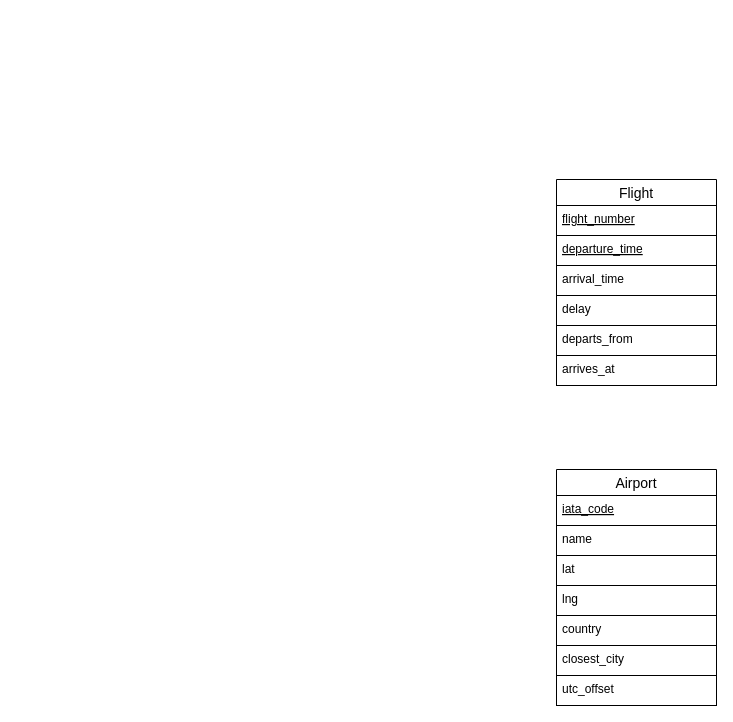
This is Airline system relational database schema.drawio from lyulka/comp3278, a draw.io file, before an edit. Source tidied: cells renumbered, new cells numbered last; positions are measured from the earlier drawing's top-left corner, leaving out a move shared by most shapes. Both pictures are drawn from the tidied source at 100%, with x=0, y=0 at pixel (556, 179).
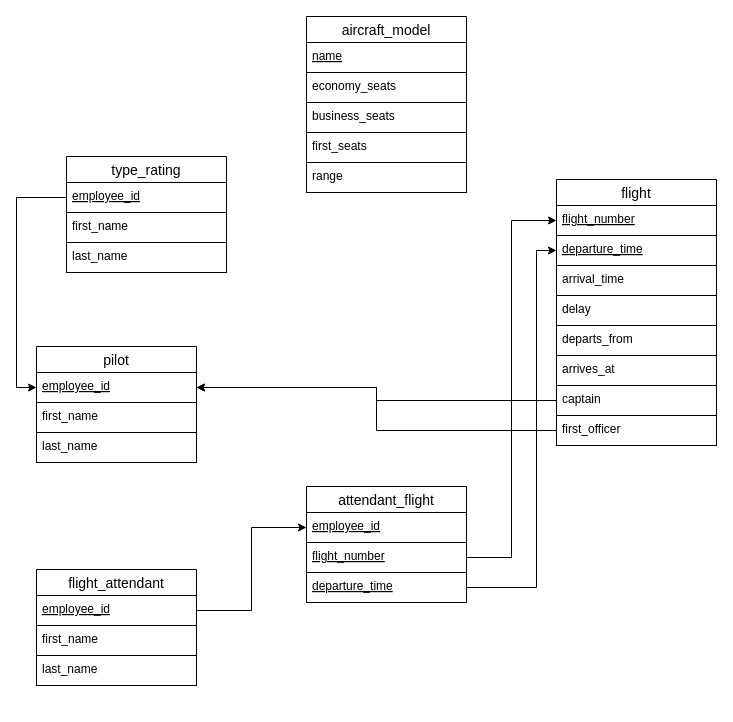
The same diagram, later.

Commit message:
Add a lot of stuff into relational database schema

The change refers to these unchanged cells:
```xml
<mxCell id="3" value="flight_number" style="text;fillColor=none;spacingLeft=4;spacingRight=4;overflow=hidden;points=[[0,0.5],[1,0.5]];portConstraint=eastwest;fontSize=12;fontStyle=4;strokeColor=#000000;" parent="2" vertex="1">
  <mxGeometry y="26" width="160" height="30" as="geometry" />
</mxCell>
<mxCell id="4" value="departure_time" style="text;fillColor=none;spacingLeft=4;spacingRight=4;overflow=hidden;points=[[0,0.5],[1,0.5]];portConstraint=eastwest;fontSize=12;fontStyle=4;strokeColor=#000000;" parent="2" vertex="1">
  <mxGeometry y="56" width="160" height="30" as="geometry" />
</mxCell>
```

What changed in the source:
```diff
@@
+    <mxCell id="17" style="edgeStyle=orthogonalEdgeStyle;rounded=0;jettySize=auto;html=1;entryX=1;entryY=0.5;entryDx=0;entryDy=0;" parent="1" edge="1" source="33" target="38">
+      <mxGeometry relative="1" as="geometry" />
+    </mxCell>
+    <mxCell id="18" style="edgeStyle=orthogonalEdgeStyle;rounded=0;jettySize=auto;html=1;entryX=1;entryY=0.5;entryDx=0;entryDy=0;" parent="1" edge="1" source="34" target="38">
+      <mxGeometry relative="1" as="geometry" />
+    </mxCell>
+    <mxCell id="19" style="edgeStyle=orthogonalEdgeStyle;rounded=0;jettySize=auto;html=1;entryX=0;entryY=0.5;entryDx=0;entryDy=0;" parent="1" edge="1" source="26" target="30">
+      <mxGeometry relative="1" as="geometry" />
+    </mxCell>
+    <mxCell id="20" value="aircraft_model" style="swimlane;fontStyle=0;horizontal=1;startSize=26;align=center;fontSize=14;" parent="1" vertex="1">
+      <mxGeometry x="-250" y="-163" width="160" height="176" as="geometry" />
+    </mxCell>
+    <mxCell id="11" value="name" style="text;fillColor=none;spacingLeft=4;spacingRight=4;overflow=hidden;fontSize=12;fontStyle=4;strokeColor=#000000;" parent="20" vertex="1">
+      <mxGeometry y="26" width="160" height="30" as="geometry" />
+    </mxCell>
+    <mxCell id="21" value="economy_seats" style="text;fillColor=none;spacingLeft=4;spacingRight=4;overflow=hidden;fontSize=12;fontStyle=0;strokeColor=#000000;" parent="20" vertex="1">
+      <mxGeometry y="56" width="160" height="30" as="geometry" />
+    </mxCell>
+    <mxCell id="22" value="business_seats" style="text;fillColor=none;spacingLeft=4;spacingRight=4;overflow=hidden;fontSize=12;strokeColor=#000000;" parent="20" vertex="1">
+      <mxGeometry y="86" width="160" height="30" as="geometry" />
+    </mxCell>
+    <mxCell id="23" value="first_seats" style="text;fillColor=none;spacingLeft=4;spacingRight=4;overflow=hidden;fontSize=12;strokeColor=#000000;" parent="20" vertex="1">
+      <mxGeometry y="116" width="160" height="30" as="geometry" />
+    </mxCell>
+    <mxCell id="24" value="range" style="text;fillColor=none;spacingLeft=4;spacingRight=4;overflow=hidden;fontSize=12;strokeColor=#000000;" parent="20" vertex="1">
+      <mxGeometry y="146" width="160" height="30" as="geometry" />
+    </mxCell>
+    <mxCell id="25" value="flight_attendant" style="swimlane;fontStyle=0;horizontal=1;startSize=26;align=center;fontSize=14;" parent="1" vertex="1">
+      <mxGeometry x="-520" y="390" width="160" height="116" as="geometry" />
+    </mxCell>
+    <mxCell id="26" value="employee_id" style="text;fillColor=none;spacingLeft=4;spacingRight=4;overflow=hidden;points=[[0,0.5],[1,0.5]];portConstraint=eastwest;fontSize=12;fontStyle=4;strokeColor=#000000;" parent="25" vertex="1">
+      <mxGeometry y="26" width="160" height="30" as="geometry" />
+    </mxCell>
+    <mxCell id="27" value="first_name" style="text;fillColor=none;spacingLeft=4;spacingRight=4;overflow=hidden;fontSize=12;fontStyle=0;strokeColor=#000000;" parent="25" vertex="1">
+      <mxGeometry y="56" width="160" height="30" as="geometry" />
+    </mxCell>
+    <mxCell id="28" value="last_name" style="text;fillColor=none;spacingLeft=4;spacingRight=4;overflow=hidden;fontSize=12;strokeColor=#000000;" parent="25" vertex="1">
+      <mxGeometry y="86" width="160" height="30" as="geometry" />
+    </mxCell>
+    <mxCell id="29" value="attendant_flight" style="swimlane;fontStyle=0;horizontal=1;startSize=26;align=center;fontSize=14;" parent="1" vertex="1">
+      <mxGeometry x="-250" y="307" width="160" height="116" as="geometry" />
+    </mxCell>
+    <mxCell id="30" value="employee_id" style="text;fillColor=none;spacingLeft=4;spacingRight=4;overflow=hidden;points=[[0,0.5],[1,0.5]];portConstraint=eastwest;fontSize=12;fontStyle=4;strokeColor=#000000;" parent="29" vertex="1">
+      <mxGeometry y="26" width="160" height="30" as="geometry" />
+    </mxCell>
+    <mxCell id="31" value="flight_number" style="text;fillColor=none;spacingLeft=4;spacingRight=4;overflow=hidden;points=[[0,0.5],[1,0.5]];portConstraint=eastwest;fontSize=12;fontStyle=4;strokeColor=#000000;" parent="29" vertex="1">
+      <mxGeometry y="56" width="160" height="30" as="geometry" />
+    </mxCell>
+    <mxCell id="32" value="departure_time" style="text;fillColor=none;spacingLeft=4;spacingRight=4;overflow=hidden;points=[[0,0.5],[1,0.5]];portConstraint=eastwest;fontSize=12;strokeColor=#000000;fontStyle=4;" parent="29" vertex="1">
+      <mxGeometry y="86" width="160" height="30" as="geometry" />
+    </mxCell>
-    <mxCell id="2" value="Flight" style="swimlane;fontStyle=0;horizontal=1;startSize=26;align=center;fontSize=14;" parent="1" vertex="1">
-      <mxGeometry width="160" height="206" as="geometry" />
+    <mxCell id="2" value="flight" style="swimlane;fontStyle=0;horizontal=1;startSize=26;align=center;fontSize=14;" parent="1" vertex="1">
+      <mxGeometry width="160" height="266" as="geometry" />
     </mxCell>
@@
-    <mxCell id="9" value="Airport" style="swimlane;fontStyle=0;horizontal=1;startSize=26;align=center;fontSize=14;" parent="1" vertex="1">
-      <mxGeometry y="290" width="160" height="236" as="geometry" />
-    </mxCell>
-    <mxCell id="10" value="iata_code" style="text;fillColor=none;spacingLeft=4;spacingRight=4;overflow=hidden;fontSize=12;fontStyle=4;strokeColor=#000000;" parent="9" vertex="1">
-      <mxGeometry y="26" width="160" height="30" as="geometry" />
-    </mxCell>
-    <mxCell id="11" value="name" style="text;fillColor=none;spacingLeft=4;spacingRight=4;overflow=hidden;fontSize=12;fontStyle=0;strokeColor=#000000;" parent="9" vertex="1">
-      <mxGeometry y="56" width="160" height="30" as="geometry" />
-    </mxCell>
-    <mxCell id="12" value="lat" style="text;fillColor=none;spacingLeft=4;spacingRight=4;overflow=hidden;fontSize=12;strokeColor=#000000;" parent="9" vertex="1">
-      <mxGeometry y="86" width="160" height="30" as="geometry" />
-    </mxCell>
-    <mxCell id="13" value="lng" style="text;fillColor=none;spacingLeft=4;spacingRight=4;overflow=hidden;fontSize=12;strokeColor=#000000;" parent="9" vertex="1">
-      <mxGeometry y="116" width="160" height="30" as="geometry" />
-    </mxCell>
-    <mxCell id="14" value="country" style="text;fillColor=none;spacingLeft=4;spacingRight=4;overflow=hidden;fontSize=12;strokeColor=#000000;" parent="9" vertex="1">
-      <mxGeometry y="146" width="160" height="30" as="geometry" />
-    </mxCell>
-    <mxCell id="15" value="closest_city" style="text;fillColor=none;spacingLeft=4;spacingRight=4;overflow=hidden;fontSize=12;strokeColor=#000000;" parent="9" vertex="1">
-      <mxGeometry y="176" width="160" height="30" as="geometry" />
-    </mxCell>
-    <mxCell id="16" value="utc_offset" style="text;fillColor=none;spacingLeft=4;spacingRight=4;overflow=hidden;fontSize=12;strokeColor=#000000;" parent="9" vertex="1">
-      <mxGeometry y="206" width="160" height="30" as="geometry" />
-    </mxCell>
+    <mxCell id="33" value="captain" style="text;fillColor=none;spacingLeft=4;spacingRight=4;overflow=hidden;points=[[0,0.5],[1,0.5]];portConstraint=eastwest;fontSize=12;strokeColor=#000000;" parent="2" vertex="1">
+      <mxGeometry y="206" width="160" height="30" as="geometry" />
+    </mxCell>
+    <mxCell id="34" value="first_officer" style="text;fillColor=none;spacingLeft=4;spacingRight=4;overflow=hidden;points=[[0,0.5],[1,0.5]];portConstraint=eastwest;fontSize=12;strokeColor=#000000;" parent="2" vertex="1">
+      <mxGeometry y="236" width="160" height="30" as="geometry" />
+    </mxCell>
+    <mxCell id="35" style="edgeStyle=orthogonalEdgeStyle;rounded=0;jettySize=auto;html=1;entryX=0;entryY=0.5;entryDx=0;entryDy=0;" parent="1" edge="1" source="31" target="3">
+      <mxGeometry relative="1" as="geometry" />
+    </mxCell>
+    <mxCell id="36" style="edgeStyle=orthogonalEdgeStyle;rounded=0;jettySize=auto;html=1;entryX=0;entryY=0.5;entryDx=0;entryDy=0;" parent="1" edge="1" source="32" target="4">
+      <mxGeometry relative="1" as="geometry">
+        <Array as="points">
+          <mxPoint x="-20" y="408" />
+          <mxPoint x="-20" y="71" />
+        </Array>
+      </mxGeometry>
+    </mxCell>
+    <mxCell id="37" value="pilot" style="swimlane;fontStyle=0;horizontal=1;startSize=26;align=center;fontSize=14;" parent="1" vertex="1">
+      <mxGeometry x="-520" y="167" width="160" height="116" as="geometry" />
+    </mxCell>
+    <mxCell id="38" value="employee_id" style="text;fillColor=none;spacingLeft=4;spacingRight=4;overflow=hidden;points=[[0,0.5],[1,0.5]];portConstraint=eastwest;fontSize=12;fontStyle=4;strokeColor=#000000;" parent="37" vertex="1">
+      <mxGeometry y="26" width="160" height="30" as="geometry" />
+    </mxCell>
+    <mxCell id="39" value="first_name" style="text;fillColor=none;spacingLeft=4;spacingRight=4;overflow=hidden;fontSize=12;fontStyle=0;strokeColor=#000000;" parent="37" vertex="1">
+      <mxGeometry y="56" width="160" height="30" as="geometry" />
+    </mxCell>
+    <mxCell id="40" value="last_name" style="text;fillColor=none;spacingLeft=4;spacingRight=4;overflow=hidden;fontSize=12;strokeColor=#000000;" parent="37" vertex="1">
+      <mxGeometry y="86" width="160" height="30" as="geometry" />
+    </mxCell>
+    <mxCell id="41" value="type_rating" style="swimlane;fontStyle=0;horizontal=1;startSize=26;align=center;fontSize=14;" parent="1" vertex="1">
+      <mxGeometry x="-490" y="-23" width="160" height="116" as="geometry" />
+    </mxCell>
+    <mxCell id="42" value="employee_id" style="text;fillColor=none;spacingLeft=4;spacingRight=4;overflow=hidden;points=[[0,0.5],[1,0.5]];portConstraint=eastwest;fontSize=12;fontStyle=4;strokeColor=#000000;" parent="41" vertex="1">
+      <mxGeometry y="26" width="160" height="30" as="geometry" />
+    </mxCell>
+    <mxCell id="43" value="first_name" style="text;fillColor=none;spacingLeft=4;spacingRight=4;overflow=hidden;fontSize=12;fontStyle=0;strokeColor=#000000;" parent="41" vertex="1">
+      <mxGeometry y="56" width="160" height="30" as="geometry" />
+    </mxCell>
+    <mxCell id="44" value="last_name" style="text;fillColor=none;spacingLeft=4;spacingRight=4;overflow=hidden;fontSize=12;strokeColor=#000000;" parent="41" vertex="1">
+      <mxGeometry y="86" width="160" height="30" as="geometry" />
+    </mxCell>
+    <mxCell id="45" style="edgeStyle=orthogonalEdgeStyle;rounded=0;jettySize=auto;html=1;entryX=0;entryY=0.5;entryDx=0;entryDy=0;" parent="1" edge="1" source="42" target="38">
+      <mxGeometry relative="1" as="geometry" />
+    </mxCell>
```
